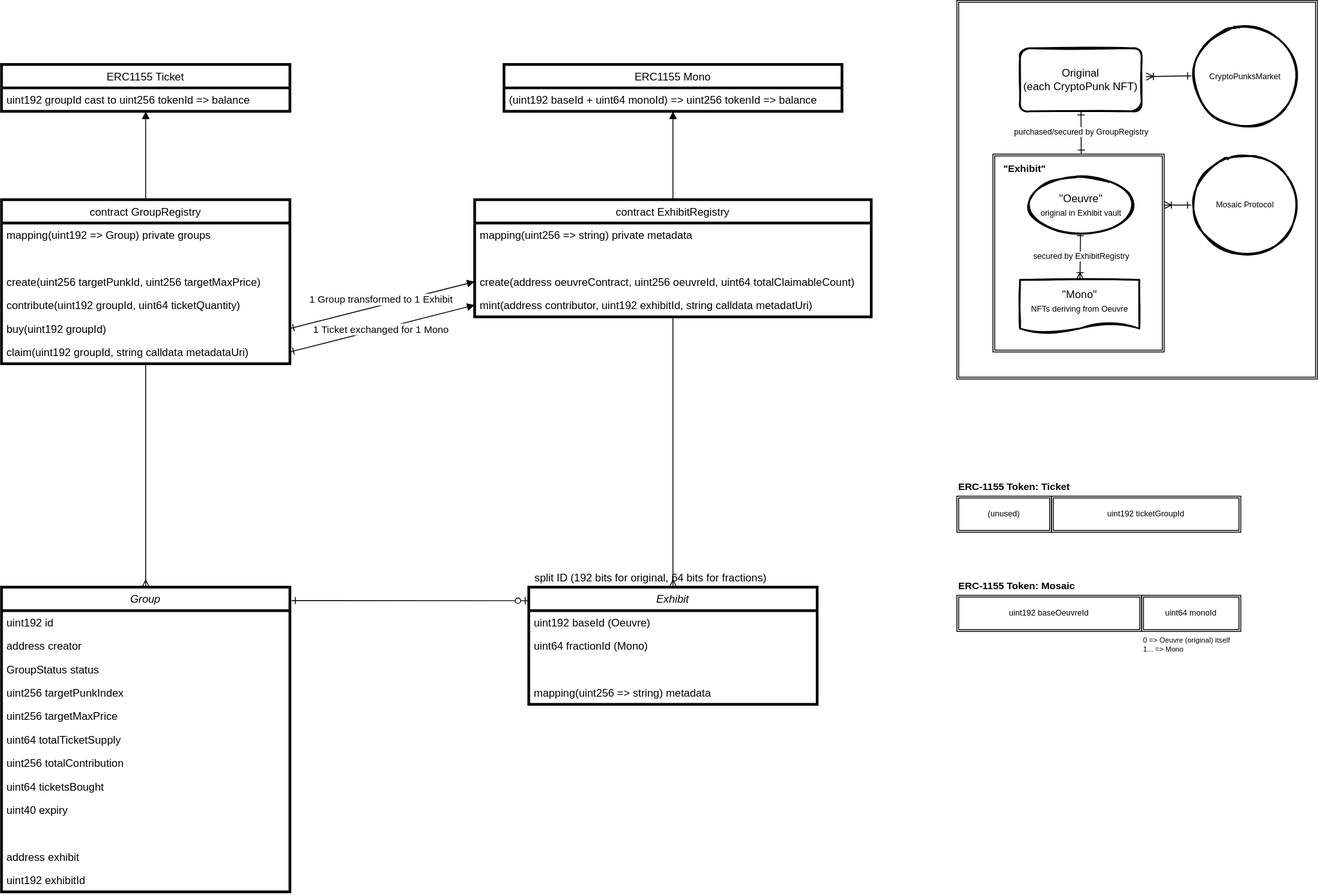
dr-duckwho/mosaic-protocol keeps this draw.io diagram as docs/overview.svg. Above is the earlier version. Source tidied: cells renumbered, new cells last; positions are measured from the earlier drawing's top-left corner, leaving out a move shared by most shapes.
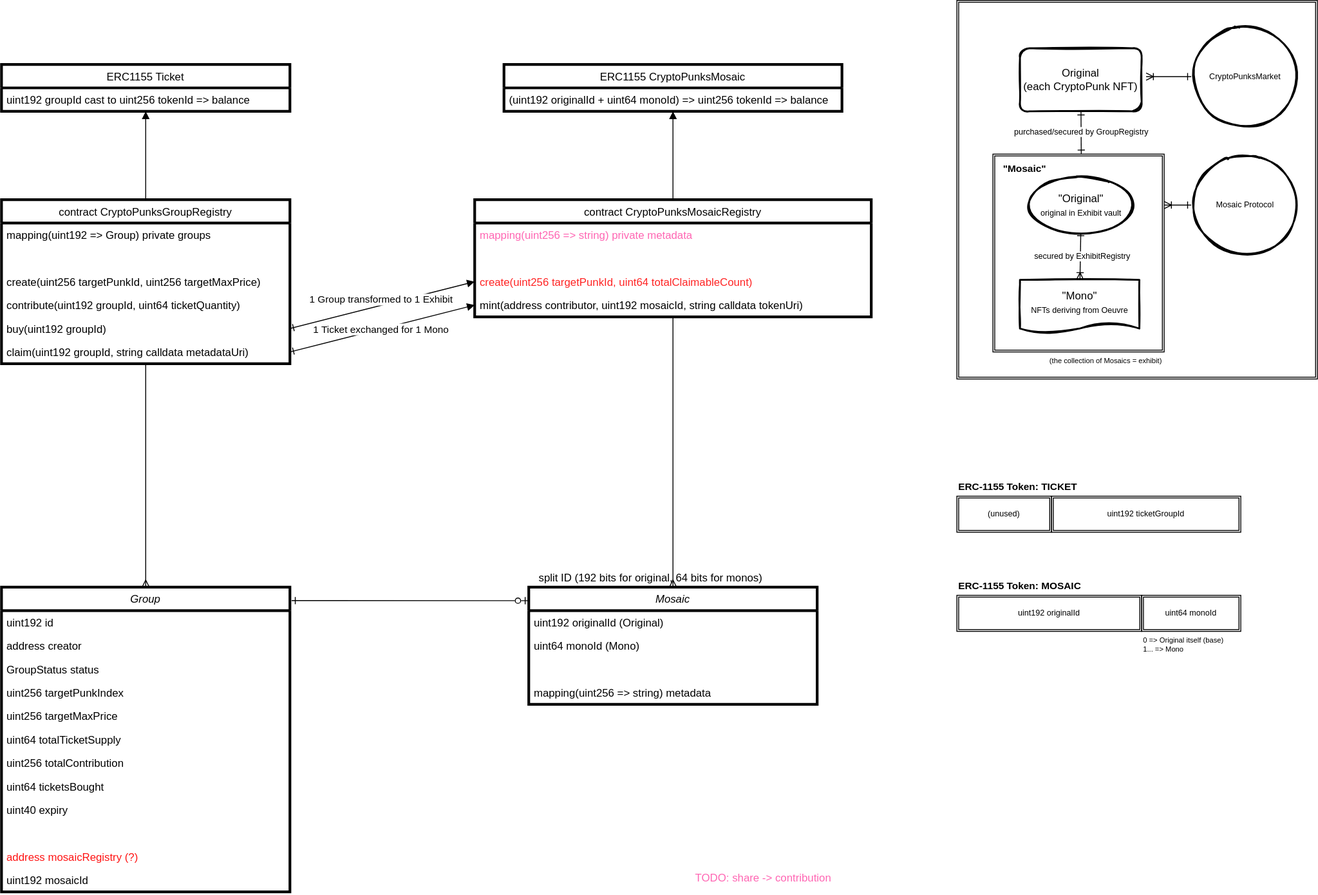
Later version of the same file.

Change to the diagram source:
```diff
@@ -14,7 +14,7 @@
     <mxCell id="5" style="edgeStyle=none;html=1;endArrow=block;endFill=1;" parent="1" edge="1" source="6" target="28">
       <mxGeometry relative="1" as="geometry" />
     </mxCell>
-    <mxCell id="6" value="contract GroupRegistry" style="swimlane;fontStyle=0;horizontal=1;startSize=26;fillColor=none;strokeWidth=3;" parent="1" vertex="1">
+    <mxCell id="6" value="contract CryptoPunksGroupRegistry" style="swimlane;fontStyle=0;horizontal=1;startSize=26;fillColor=none;strokeWidth=3;" parent="1" vertex="1">
       <mxGeometry y="221" width="320" height="182" as="geometry" />
     </mxCell>
     <mxCell id="7" value="mapping(uint192 =&gt; Group) private groups" style="text;strokeColor=none;fillColor=none;align=left;verticalAlign=top;spacingLeft=4;spacingRight=4;overflow=hidden;" parent="6" vertex="1">
@@ -68,10 +68,10 @@
     <mxCell id="23" value="    " style="text;strokeColor=none;fillColor=none;align=left;verticalAlign=top;spacingLeft=4;spacingRight=4;overflow=hidden;" parent="13" vertex="1">
       <mxGeometry y="260" width="320" height="26" as="geometry" />
     </mxCell>
-    <mxCell id="24" value="address exhibit" style="text;strokeColor=none;fillColor=none;align=left;verticalAlign=top;spacingLeft=4;spacingRight=4;overflow=hidden;" parent="13" vertex="1">
+    <mxCell id="24" value="address mosaicRegistry (?)" style="text;strokeColor=none;fillColor=none;align=left;verticalAlign=top;spacingLeft=4;spacingRight=4;overflow=hidden;fontColor=#FF1414;" parent="13" vertex="1">
       <mxGeometry y="286" width="320" height="26" as="geometry" />
     </mxCell>
-    <mxCell id="25" value="uint192 exhibitId" style="text;strokeColor=none;fillColor=none;align=left;verticalAlign=top;spacingLeft=4;spacingRight=4;overflow=hidden;" parent="13" vertex="1">
+    <mxCell id="25" value="uint192 mosaicId" style="text;strokeColor=none;fillColor=none;align=left;verticalAlign=top;spacingLeft=4;spacingRight=4;overflow=hidden;" parent="13" vertex="1">
       <mxGeometry y="312" width="320" height="26" as="geometry" />
     </mxCell>
     <mxCell id="26" style="edgeStyle=none;html=1;startArrow=ERone;startFill=0;endArrow=block;endFill=1;exitX=1;exitY=0.5;exitDx=0;exitDy=0;entryX=0;entryY=0.5;entryDx=0;entryDy=0;" parent="1" edge="1" source="11" target="35">
@@ -94,28 +94,28 @@
     <mxCell id="31" style="edgeStyle=none;html=1;entryX=0.5;entryY=1;entryDx=0;entryDy=0;startArrow=baseDash;startFill=0;endArrow=block;endFill=1;" parent="1" edge="1" source="32" target="44">
       <mxGeometry relative="1" as="geometry" />
     </mxCell>
-    <mxCell id="32" value="contract ExhibitRegistry" style="swimlane;fontStyle=0;horizontal=1;startSize=26;fillColor=none;strokeWidth=3;" parent="1" vertex="1">
+    <mxCell id="32" value="contract CryptoPunksMosaicRegistry" style="swimlane;fontStyle=0;horizontal=1;startSize=26;fillColor=none;strokeWidth=3;" parent="1" vertex="1">
       <mxGeometry x="525" y="221" width="440" height="130" as="geometry" />
     </mxCell>
-    <mxCell id="33" value="mapping(uint256 =&gt; string) private metadata" style="text;strokeColor=none;fillColor=none;align=left;verticalAlign=top;spacingLeft=4;spacingRight=4;overflow=hidden;" parent="32" vertex="1">
+    <mxCell id="33" value="mapping(uint256 =&gt; string) private metadata" style="text;strokeColor=none;fillColor=none;align=left;verticalAlign=top;spacingLeft=4;spacingRight=4;overflow=hidden;fontColor=#FF66B3;" parent="32" vertex="1">
       <mxGeometry y="26" width="440" height="26" as="geometry" />
     </mxCell>
     <mxCell id="34" value="  " style="text;strokeColor=none;fillColor=none;align=left;verticalAlign=top;spacingLeft=4;spacingRight=4;overflow=hidden;" parent="32" vertex="1">
       <mxGeometry y="52" width="440" height="26" as="geometry" />
     </mxCell>
-    <mxCell id="35" value="create(address oeuvreContract, uint256 oeuvreId, uint64 totalClaimableCount)" style="text;strokeColor=none;fillColor=none;align=left;verticalAlign=top;spacingLeft=4;spacingRight=4;overflow=hidden;points=[[0,0.5],[1,0.5]];portConstraint=eastwest;" parent="32" vertex="1">
+    <mxCell id="35" value="create(uint256 targetPunkId, uint64 totalClaimableCount)" style="text;strokeColor=none;fillColor=none;align=left;verticalAlign=top;spacingLeft=4;spacingRight=4;overflow=hidden;points=[[0,0.5],[1,0.5]];portConstraint=eastwest;fontColor=#FF2424;" parent="32" vertex="1">
       <mxGeometry y="78" width="440" height="26" as="geometry" />
     </mxCell>
-    <mxCell id="36" value="mint(address contributor, uint192 exhibitId, string calldata metadatUri)" style="text;strokeColor=none;fillColor=none;align=left;verticalAlign=top;spacingLeft=4;spacingRight=4;overflow=hidden;points=[[0,0.5],[1,0.5]];portConstraint=eastwest;" parent="32" vertex="1">
+    <mxCell id="36" value="mint(address contributor, uint192 mosaicId, string calldata tokenUri)" style="text;strokeColor=none;fillColor=none;align=left;verticalAlign=top;spacingLeft=4;spacingRight=4;overflow=hidden;points=[[0,0.5],[1,0.5]];portConstraint=eastwest;" parent="32" vertex="1">
       <mxGeometry y="104" width="440" height="26" as="geometry" />
     </mxCell>
-    <mxCell id="37" value="Exhibit" style="swimlane;fontStyle=2;horizontal=1;startSize=26;fillColor=none;strokeWidth=3;" parent="1" vertex="1">
+    <mxCell id="37" value="Mosaic" style="swimlane;fontStyle=2;horizontal=1;startSize=26;fillColor=none;strokeWidth=3;" parent="1" vertex="1">
       <mxGeometry x="585" y="651" width="320" height="130" as="geometry" />
     </mxCell>
-    <mxCell id="38" value="uint192 baseId (Oeuvre)" style="text;strokeColor=none;fillColor=none;align=left;verticalAlign=top;spacingLeft=4;spacingRight=4;overflow=hidden;" parent="37" vertex="1">
+    <mxCell id="38" value="uint192 originalId (Original)" style="text;strokeColor=none;fillColor=none;align=left;verticalAlign=top;spacingLeft=4;spacingRight=4;overflow=hidden;" parent="37" vertex="1">
       <mxGeometry y="26" width="320" height="26" as="geometry" />
     </mxCell>
-    <mxCell id="39" value="uint64 fractionId (Mono)" style="text;strokeColor=none;fillColor=none;align=left;verticalAlign=top;spacingLeft=4;spacingRight=4;overflow=hidden;" parent="37" vertex="1">
+    <mxCell id="39" value="uint64 monoId (Mono)" style="text;strokeColor=none;fillColor=none;align=left;verticalAlign=top;spacingLeft=4;spacingRight=4;overflow=hidden;" parent="37" vertex="1">
       <mxGeometry y="52" width="320" height="26" as="geometry" />
     </mxCell>
     <mxCell id="40" value="    " style="text;strokeColor=none;fillColor=none;align=left;verticalAlign=top;spacingLeft=4;spacingRight=4;overflow=hidden;" parent="37" vertex="1">
@@ -127,13 +127,13 @@
     <mxCell id="42" style="edgeStyle=none;html=1;entryX=1.006;entryY=0.044;entryDx=0;entryDy=0;entryPerimeter=0;endArrow=ERone;endFill=0;startArrow=ERzeroToOne;startFill=0;exitX=0;exitY=0.115;exitDx=0;exitDy=0;exitPerimeter=0;" parent="1" edge="1" source="37" target="13">
       <mxGeometry relative="1" as="geometry" />
     </mxCell>
-    <mxCell id="43" value="split ID (192 bits for original, 64 bits for fractions)" style="text;html=1;align=center;verticalAlign=middle;strokeColor=none;fillColor=none;" parent="1" vertex="1">
-      <mxGeometry x="585" y="631" width="270" height="20" as="geometry" />
+    <mxCell id="43" value="split ID (192 bits for original, 64 bits for monos)" style="text;html=1;align=center;verticalAlign=middle;strokeColor=none;fillColor=none;" parent="1" vertex="1">
+      <mxGeometry x="585" y="626" width="270" height="30" as="geometry" />
     </mxCell>
-    <mxCell id="44" value="ERC1155 Mono" style="swimlane;fontStyle=0;horizontal=1;startSize=26;fillColor=none;strokeWidth=3;" parent="1" vertex="1">
+    <mxCell id="44" value="ERC1155 CryptoPunksMosaic" style="swimlane;fontStyle=0;horizontal=1;startSize=26;fillColor=none;strokeWidth=3;" parent="1" vertex="1">
       <mxGeometry x="557.5" y="71" width="375" height="52" as="geometry" />
     </mxCell>
-    <mxCell id="45" value="(uint192 baseId + uint64 monoId) =&gt; uint256 tokenId =&gt; balance" style="text;strokeColor=none;fillColor=none;align=left;verticalAlign=top;spacingLeft=4;spacingRight=4;overflow=hidden;" parent="44" vertex="1">
+    <mxCell id="45" value="(uint192 originalId + uint64 monoId) =&gt; uint256 tokenId =&gt; balance" style="text;strokeColor=none;fillColor=none;align=left;verticalAlign=top;spacingLeft=4;spacingRight=4;overflow=hidden;" parent="44" vertex="1">
       <mxGeometry y="26" width="375" height="26" as="geometry" />
     </mxCell>
     <mxCell id="46" style="edgeStyle=none;html=1;startArrow=ERone;startFill=0;endArrow=ERone;endFill=0;" parent="1" edge="1" source="48">
@@ -157,7 +157,7 @@
         <mxPoint y="-1" as="offset" />
       </mxGeometry>
     </mxCell>
-    <mxCell id="51" value="&quot;Oeuvre&quot;&lt;br&gt;&lt;font style=&quot;font-size: 9px&quot;&gt;original in Exhibit vault&lt;/font&gt;" style="ellipse;whiteSpace=wrap;html=1;rounded=1;strokeWidth=2;fillWeight=4;hachureGap=8;hachureAngle=45;sketch=1;shadow=0;" parent="1" vertex="1">
+    <mxCell id="51" value="&quot;Original&quot;&lt;br&gt;&lt;font style=&quot;font-size: 9px&quot;&gt;original in Exhibit vault&lt;/font&gt;" style="ellipse;whiteSpace=wrap;html=1;rounded=1;strokeWidth=2;fillWeight=4;hachureGap=8;hachureAngle=45;sketch=1;shadow=0;" parent="1" vertex="1">
       <mxGeometry x="1137.5" y="197" width="120" height="60" as="geometry" />
     </mxCell>
     <mxCell id="52" value="&quot;Mono&quot;&lt;br&gt;&lt;font style=&quot;font-size: 9px&quot;&gt;NFTs deriving from Oeuvre&lt;/font&gt;" style="shape=document;whiteSpace=wrap;html=1;boundedLbl=1;rounded=1;strokeWidth=2;fillWeight=4;hachureGap=8;hachureAngle=45;sketch=1;size=0.1694915254237288;" parent="1" vertex="1">
@@ -179,26 +179,26 @@
     <mxCell id="56" value="CryptoPunksMarket" style="ellipse;whiteSpace=wrap;html=1;strokeWidth=2;fillWeight=2;hachureGap=8;fillStyle=dots;sketch=1;shadow=0;glass=0;fontSize=9;" parent="1" vertex="1">
       <mxGeometry x="1320" y="28" width="120" height="113" as="geometry" />
     </mxCell>
-    <mxCell id="57" value="uint192 baseOeuvreId" style="shape=ext;double=1;rounded=0;whiteSpace=wrap;html=1;shadow=0;glass=0;fontSize=9;fontColor=default;strokeColor=default;strokeWidth=1;fillColor=none;" parent="1" vertex="1">
+    <mxCell id="57" value="uint192 originalId" style="shape=ext;double=1;rounded=0;whiteSpace=wrap;html=1;shadow=0;glass=0;fontSize=9;fontColor=default;strokeColor=default;strokeWidth=1;fillColor=none;" parent="1" vertex="1">
       <mxGeometry x="1060" y="660" width="205" height="40" as="geometry" />
     </mxCell>
     <mxCell id="58" value="uint64 monoId" style="shape=ext;double=1;rounded=0;whiteSpace=wrap;html=1;shadow=0;glass=0;fontSize=9;fontColor=default;strokeColor=default;strokeWidth=1;fillColor=none;" parent="1" vertex="1">
       <mxGeometry x="1265" y="660" width="110" height="40" as="geometry" />
     </mxCell>
-    <mxCell id="59" value="0 =&amp;gt; Oeuvre (original) itself&lt;br style=&quot;font-size: 8px;&quot;&gt;1... =&amp;gt; Mono" style="text;html=1;align=left;verticalAlign=middle;strokeColor=none;fillColor=none;fontSize=8;fontColor=default;" parent="1" vertex="1">
+    <mxCell id="59" value="0 =&amp;gt; Original itself (base)&lt;br style=&quot;font-size: 8px;&quot;&gt;1... =&amp;gt; Mono" style="text;html=1;align=left;verticalAlign=middle;strokeColor=none;fillColor=none;fontSize=8;fontColor=default;" parent="1" vertex="1">
       <mxGeometry x="1265" y="700" width="110" height="30" as="geometry" />
     </mxCell>
-    <mxCell id="60" value="ERC-1155 Token: Mosaic" style="text;html=1;align=left;verticalAlign=middle;strokeColor=none;fillColor=none;fontSize=11;fontColor=default;fontStyle=1;" parent="1" vertex="1">
-      <mxGeometry x="1060" y="640" width="140" height="20" as="geometry" />
+    <mxCell id="60" value="ERC-1155 Token: MOSAIC" style="text;html=1;align=left;verticalAlign=middle;strokeColor=none;fillColor=none;fontSize=11;fontColor=default;fontStyle=1;" parent="1" vertex="1">
+      <mxGeometry x="1060" y="635" width="160" height="30" as="geometry" />
     </mxCell>
     <mxCell id="61" value="uint192 ticketGroupId" style="shape=ext;double=1;rounded=0;whiteSpace=wrap;html=1;shadow=0;glass=0;fontSize=9;fontColor=default;strokeColor=default;strokeWidth=1;fillColor=none;" parent="1" vertex="1">
       <mxGeometry x="1165" y="550" width="210" height="40" as="geometry" />
     </mxCell>
-    <mxCell id="62" value="ERC-1155 Token: Ticket" style="text;html=1;align=left;verticalAlign=middle;strokeColor=none;fillColor=none;fontSize=11;fontColor=default;fontStyle=1;" parent="1" vertex="1">
-      <mxGeometry x="1060" y="530" width="140" height="20" as="geometry" />
+    <mxCell id="62" value="ERC-1155 Token: TICKET" style="text;html=1;align=left;verticalAlign=middle;strokeColor=none;fillColor=none;fontSize=11;fontColor=default;fontStyle=1;" parent="1" vertex="1">
+      <mxGeometry x="1060" y="525" width="160" height="30" as="geometry" />
     </mxCell>
-    <mxCell id="63" value="&quot;Exhibit&quot;" style="text;html=1;align=center;verticalAlign=middle;strokeColor=none;fillColor=none;fontSize=11;fontColor=default;fontStyle=1;" parent="1" vertex="1">
-      <mxGeometry x="1105" y="177" width="60" height="20" as="geometry" />
+    <mxCell id="63" value="&quot;Mosaic&quot;" style="text;html=1;align=center;verticalAlign=middle;strokeColor=none;fillColor=none;fontSize=11;fontColor=default;fontStyle=1;" parent="1" vertex="1">
+      <mxGeometry x="1100" y="172" width="70" height="30" as="geometry" />
     </mxCell>
     <mxCell id="64" value="(unused)" style="shape=ext;double=1;rounded=0;whiteSpace=wrap;html=1;shadow=0;glass=0;fontSize=9;fontColor=default;strokeColor=default;strokeWidth=1;fillColor=none;" parent="1" vertex="1">
       <mxGeometry x="1060" y="550" width="105" height="40" as="geometry" />
@@ -213,5 +213,11 @@
         <mxPoint x="43" y="-8" as="offset" />
       </mxGeometry>
     </mxCell>
+    <mxCell id="67" value="TODO: share -&amp;gt; contribution" style="text;html=1;align=center;verticalAlign=middle;strokeColor=none;fillColor=none;fontColor=#FF66B3;" parent="1" vertex="1">
+      <mxGeometry x="760" y="959" width="170" height="30" as="geometry" />
+    </mxCell>
+    <mxCell id="68" value="&lt;font color=&quot;#000000&quot; style=&quot;font-size: 8px;&quot;&gt;(the collection of Mosaics = exhibit)&lt;/font&gt;" style="text;html=1;align=center;verticalAlign=middle;strokeColor=none;fillColor=none;fontColor=#FF1414;fontSize=8;" parent="1" vertex="1">
+      <mxGeometry x="1150" y="390" width="150" height="20" as="geometry" />
+    </mxCell>
   </root>
 </mxGraphModel>
```
